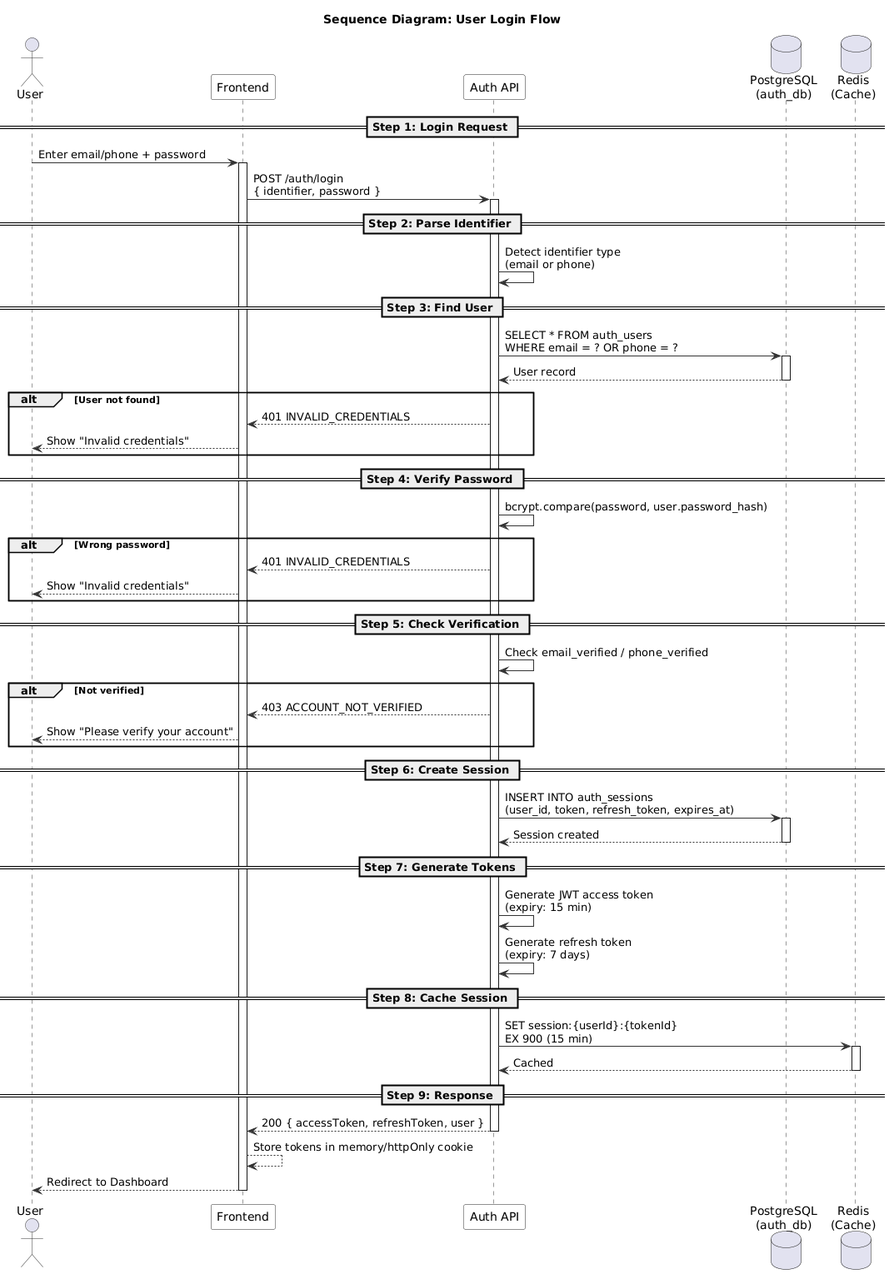
Earlier version of the PlantUML export modules/dist/auth/images/sequence/login-sequence.png (namnh240795/document).
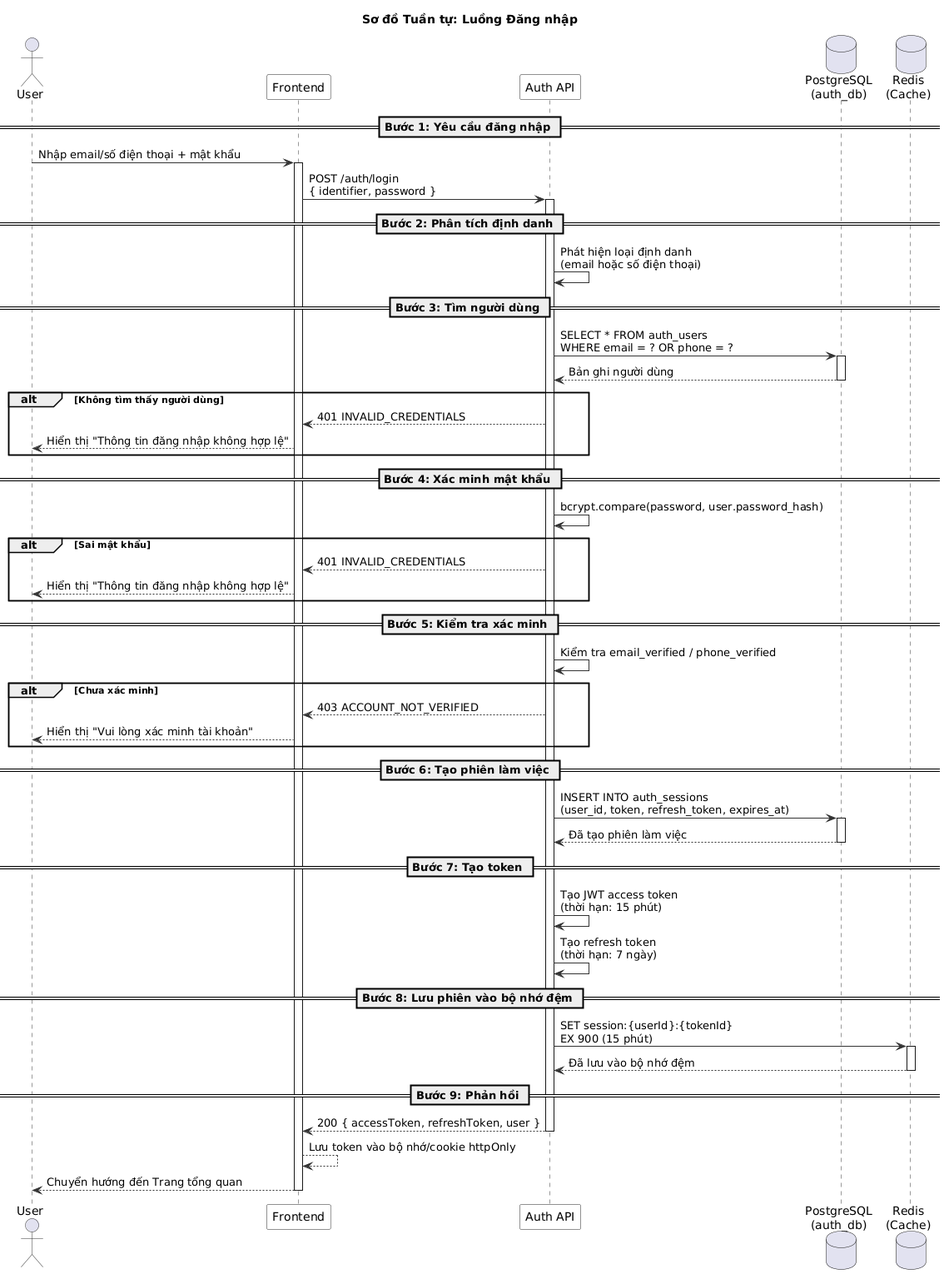
After the commit.

What changed in the source:
```diff
@@ -8,7 +8,7 @@
   ParticipantBorderColor #333333
 }
 
-title Sequence Diagram: User Login Flow
+title Sơ đồ Tuần tự: Luồng Đăng nhập
 
 actor User
 participant "Frontend" as FE
@@ -16,74 +16,74 @@
 database "PostgreSQL\n(auth_db)" as DB
 database "Redis\n(Cache)" as Redis
 
-== Step 1: Login Request ==
+== Bước 1: Yêu cầu đăng nhập ==
 
-User -> FE : Enter email/phone + password
+User -> FE : Nhập email/số điện thoại + mật khẩu
 activate FE
 
 FE -> API : POST /auth/login\n{ identifier, password }
 activate API
 
-== Step 2: Parse Identifier ==
+== Bước 2: Phân tích định danh ==
 
-API -> API : Detect identifier type\n(email or phone)
+API -> API : Phát hiện loại định danh\n(email hoặc số điện thoại)
 
-== Step 3: Find User ==
+== Bước 3: Tìm người dùng ==
 
 API -> DB : SELECT * FROM auth_users\nWHERE email = ? OR phone = ?
 activate DB
-DB --> API : User record
+DB --> API : Bản ghi người dùng
 deactivate DB
 
-alt User not found
+alt Không tìm thấy người dùng
   API --> FE : 401 INVALID_CREDENTIALS
-  FE --> User : Show "Invalid credentials"
+  FE --> User : Hiển thị "Thông tin đăng nhập không hợp lệ"
 end
 
-== Step 4: Verify Password ==
+== Bước 4: Xác minh mật khẩu ==
 
 API -> API : bcrypt.compare(password, user.password_hash)
 
-alt Wrong password
+alt Sai mật khẩu
   API --> FE : 401 INVALID_CREDENTIALS
-  FE --> User : Show "Invalid credentials"
+  FE --> User : Hiển thị "Thông tin đăng nhập không hợp lệ"
 end
 
-== Step 5: Check Verification ==
+== Bước 5: Kiểm tra xác minh ==
 
-API -> API : Check email_verified / phone_verified
+API -> API : Kiểm tra email_verified / phone_verified
 
-alt Not verified
+alt Chưa xác minh
   API --> FE : 403 ACCOUNT_NOT_VERIFIED
-  FE --> User : Show "Please verify your account"
+  FE --> User : Hiển thị "Vui lòng xác minh tài khoản"
 end
 
-== Step 6: Create Session ==
+== Bước 6: Tạo phiên làm việc ==
 
 API -> DB : INSERT INTO auth_sessions\n(user_id, token, refresh_token, expires_at)
 activate DB
-DB --> API : Session created
+DB --> API : Đã tạo phiên làm việc
 deactivate DB
 
-== Step 7: Generate Tokens ==
+== Bước 7: Tạo token ==
 
-API -> API : Generate JWT access token\n(expiry: 15 min)
-API -> API : Generate refresh token\n(expiry: 7 days)
+API -> API : Tạo JWT access token\n(thời hạn: 15 phút)
+API -> API : Tạo refresh token\n(thời hạn: 7 ngày)
 
-== Step 8: Cache Session ==
+== Bước 8: Lưu phiên vào bộ nhớ đệm ==
 
-API -> Redis : SET session:{userId}:{tokenId}\nEX 900 (15 min)
+API -> Redis : SET session:{userId}:{tokenId}\nEX 900 (15 phút)
 activate Redis
-Redis --> API : Cached
+Redis --> API : Đã lưu vào bộ nhớ đệm
 deactivate Redis
 
-== Step 9: Response ==
+== Bước 9: Phản hồi ==
 
 API --> FE : 200 { accessToken, refreshToken, user }
 deactivate API
 
-FE --> FE : Store tokens in memory/httpOnly cookie
-FE --> User : Redirect to Dashboard
+FE --> FE : Lưu token vào bộ nhớ/cookie httpOnly
+FE --> User : Chuyển hướng đến Trang tổng quan
 deactivate FE
 
 @enduml
```
